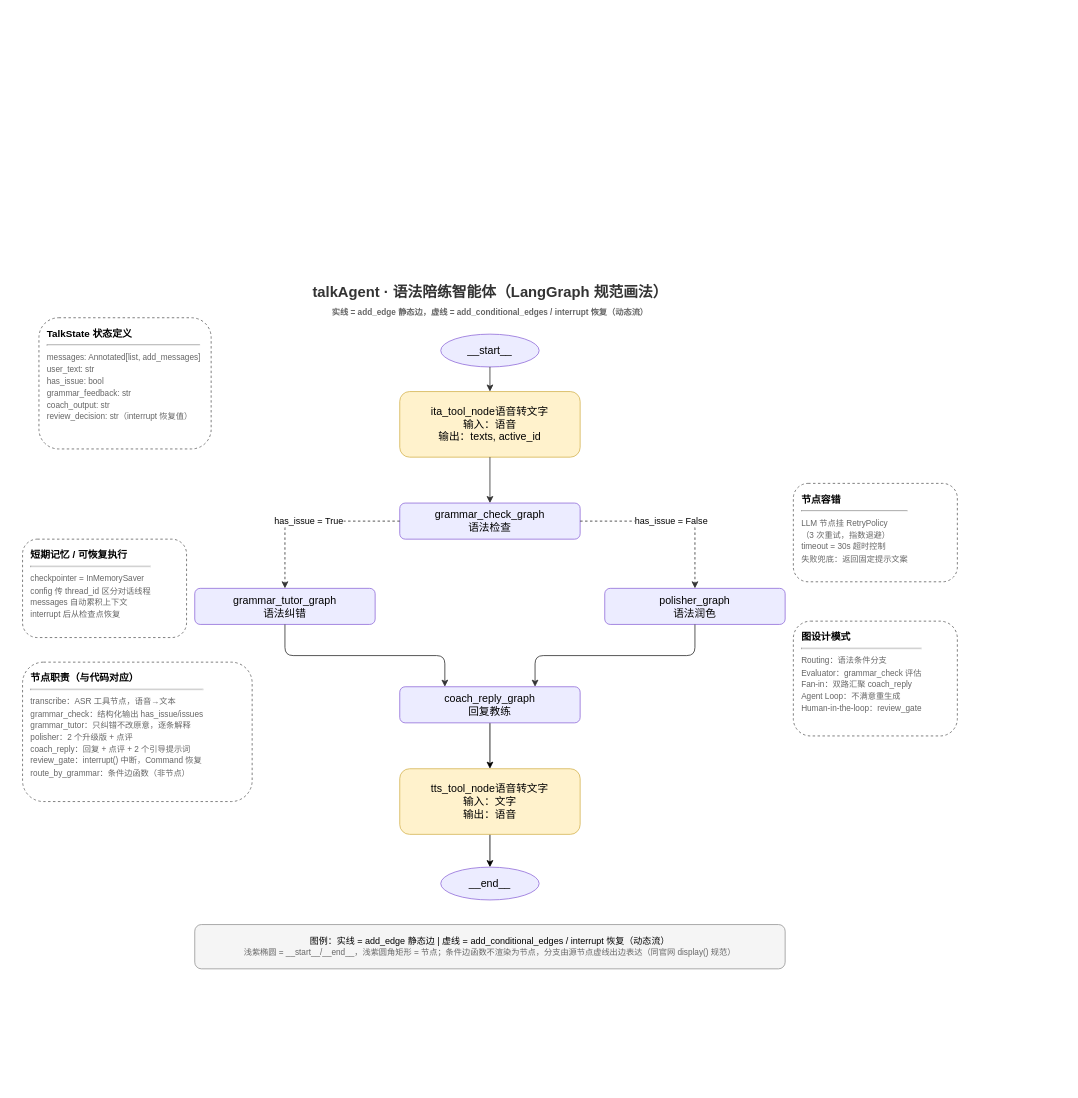
Earlier version of the draw.io diagram backend/src/talk_agent/document/talk_agent_graph.drawio (Ekko306/dialog-ai). Source tidied: cells renumbered, new cells numbered last; positions are measured from the earlier drawing's top-left corner, leaving out a move shared by most shapes. Both pictures are drawn from the tidied source at 82%, with x=0, y=0 at pixel (22, 285).
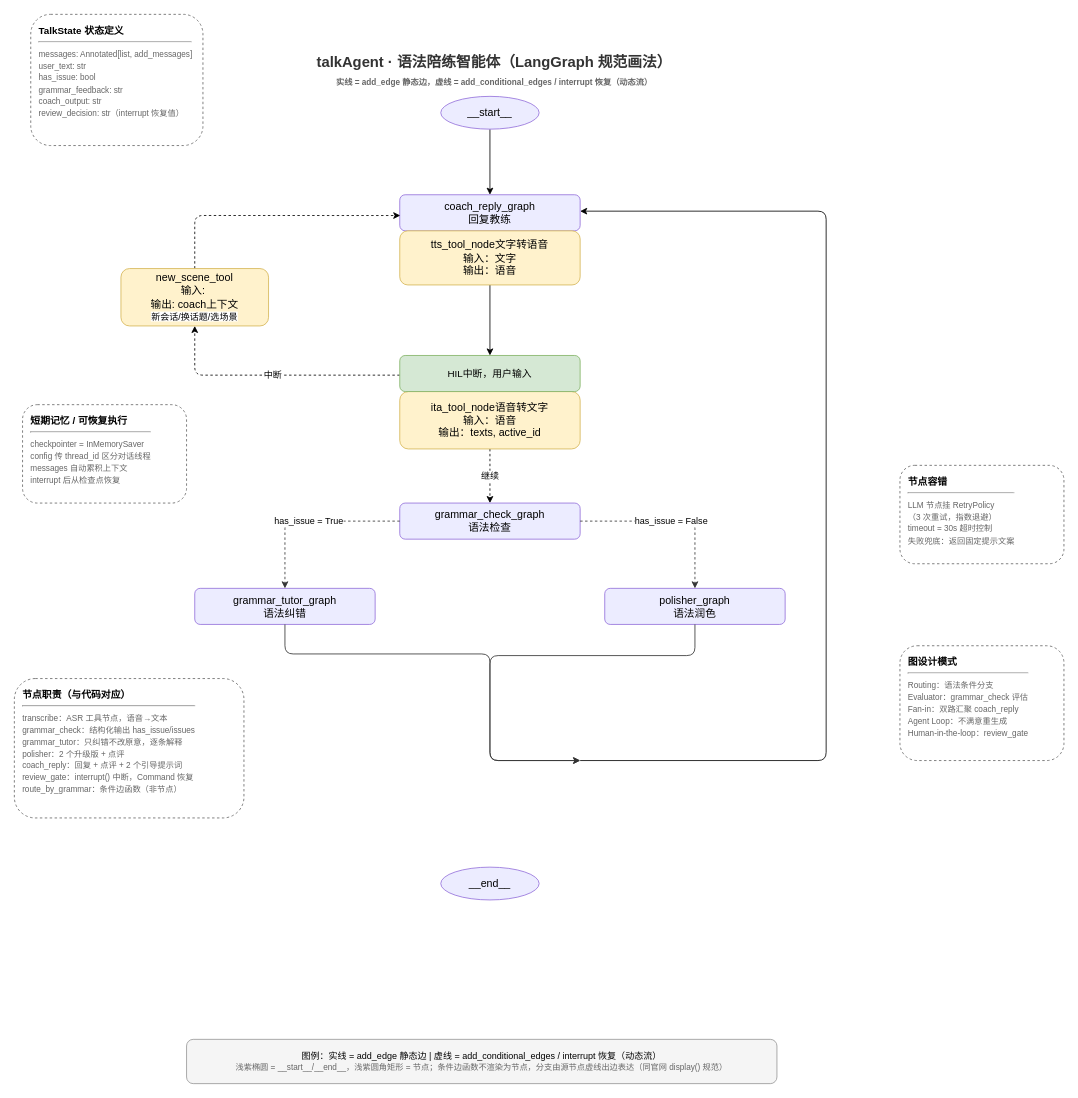
Above is the later version.

The change refers to these unchanged cells:
```xml
<mxCell id="5" value="grammar_check_graph&lt;br&gt;语法检查" style="rounded=1;whiteSpace=wrap;html=1;fillColor=#ECECFF;strokeColor=#9370DB;fontSize=13;" parent="1" vertex="1">
  <mxGeometry x="460" y="266" width="220" height="44" as="geometry" />
</mxCell>
<mxCell id="6" value="grammar_tutor_graph&lt;br&gt;语法纠错" style="rounded=1;whiteSpace=wrap;html=1;fillColor=#ECECFF;strokeColor=#9370DB;fontSize=13;" parent="1" vertex="1">
  <mxGeometry x="210" y="370" width="220" height="44" as="geometry" />
</mxCell>
<mxCell id="7" value="polisher_graph&lt;br&gt;语法润色" style="rounded=1;whiteSpace=wrap;html=1;fillColor=#ECECFF;strokeColor=#9370DB;fontSize=13;" parent="1" vertex="1">
  <mxGeometry x="710" y="370" width="220" height="44" as="geometry" />
</mxCell>
<mxCell id="10" value="__end__" style="ellipse;whiteSpace=wrap;html=1;fillColor=#ECECFF;strokeColor=#9370DB;fontSize=13;" parent="1" vertex="1">
  <mxGeometry x="510" y="710" width="120" height="40" as="geometry" />
</mxCell>
```

Change to the diagram source:
```diff
@@
     <mxCell id="2" value="talkAgent · 语法陪练智能体（LangGraph 规范画法）&lt;br&gt;&lt;font style=&quot;font-size:10px&quot; color=&quot;#666666&quot;&gt;实线 = add_edge 静态边，虚线 = add_conditional_edges / interrupt 恢复（动态流）&lt;/font&gt;" style="text;html=1;align=center;verticalAlign=middle;fontSize=18;fontStyle=1;fontColor=#333333;" parent="1" vertex="1">
-      <mxGeometry x="330" width="480" height="40" as="geometry" />
+      <mxGeometry x="335" y="-280" width="480" height="40" as="geometry" />
     </mxCell>
+    <mxCell id="25" style="edgeStyle=none;html=1;" parent="1" edge="1" source="3" target="9">
+      <mxGeometry relative="1" as="geometry" />
+    </mxCell>
     <mxCell id="3" value="__start__" style="ellipse;whiteSpace=wrap;html=1;fillColor=#ECECFF;strokeColor=#9370DB;fontSize=13;" parent="1" vertex="1">
-      <mxGeometry x="510" y="60" width="120" height="40" as="geometry" />
+      <mxGeometry x="510" y="-230" width="120" height="40" as="geometry" />
     </mxCell>
+    <mxCell id="12" value="继续" style="edgeStyle=orthogonalEdgeStyle;html=1;dashed=1;" parent="1" edge="1" source="4" target="5">
+      <mxGeometry relative="1" as="geometry" />
+    </mxCell>
     <mxCell id="4" value="ita_tool_node语音转文字&lt;br&gt;输入：语音&lt;br&gt;输出：texts, active_id" style="rounded=1;whiteSpace=wrap;html=1;fillColor=#fff2cc;strokeColor=#d6b656;fontSize=13;" parent="1" vertex="1">
-      <mxGeometry x="460" y="130" width="220" height="80" as="geometry" />
+      <mxGeometry x="460" y="130" width="220" height="70" as="geometry" />
     </mxCell>
@@
-    <mxCell id="8" style="edgeStyle=none;html=1;" parent="1" edge="1" source="9" target="24">
-      <mxGeometry relative="1" as="geometry" />
+    <mxCell id="8" style="edgeStyle=none;html=1;" parent="1" edge="1">
+      <mxGeometry relative="1" as="geometry">
+        <mxPoint x="570" y="534" as="sourcePoint" />
+        <mxPoint x="570" y="534" as="targetPoint" />
+      </mxGeometry>
     </mxCell>
-    <mxCell id="9" value="coach_reply_graph&lt;br&gt;回复教练" style="rounded=1;whiteSpace=wrap;html=1;fillColor=#ECECFF;strokeColor=#9370DB;fontSize=13;" parent="1" vertex="1">
-      <mxGeometry x="460" y="490" width="220" height="44" as="geometry" />
-    </mxCell>
@@
-    <mxCell id="11" style="edgeStyle=orthogonalEdgeStyle;rounded=1;html=1;strokeColor=#333333;fontSize=11;" parent="1" edge="1" source="3" target="4">
-      <mxGeometry relative="1" as="geometry" />
-    </mxCell>
-    <mxCell id="12" style="edgeStyle=orthogonalEdgeStyle;rounded=1;html=1;strokeColor=#333333;fontSize=11;" parent="1" edge="1" source="4" target="5">
-      <mxGeometry relative="1" as="geometry" />
-    </mxCell>
@@
-    <mxCell id="15" style="edgeStyle=orthogonalEdgeStyle;rounded=1;html=1;strokeColor=#333333;fontSize=11;exitX=0.5;exitY=1;exitDx=0;exitDy=0;entryX=0.25;entryY=0;entryDx=0;entryDy=0;" parent="1" edge="1" source="6" target="9">
-      <mxGeometry relative="1" as="geometry" />
+    <mxCell id="15" style="edgeStyle=orthogonalEdgeStyle;rounded=1;html=1;strokeColor=#333333;fontSize=11;exitX=0.5;exitY=1;exitDx=0;exitDy=0;" parent="1" edge="1" source="6">
+      <mxGeometry relative="1" as="geometry">
+        <mxPoint x="680" y="580" as="targetPoint" />
+        <Array as="points">
+          <mxPoint x="320" y="450" />
+          <mxPoint x="570" y="450" />
+          <mxPoint x="570" y="580" />
+        </Array>
+      </mxGeometry>
     </mxCell>
-    <mxCell id="16" style="edgeStyle=orthogonalEdgeStyle;rounded=1;html=1;strokeColor=#333333;fontSize=11;exitX=0.5;exitY=1;exitDx=0;exitDy=0;entryX=0.75;entryY=0;entryDx=0;entryDy=0;" parent="1" edge="1" source="7" target="9">
-      <mxGeometry relative="1" as="geometry" />
+    <mxCell id="16" style="edgeStyle=orthogonalEdgeStyle;rounded=1;html=1;strokeColor=#333333;fontSize=11;exitX=0.5;exitY=1;exitDx=0;exitDy=0;" parent="1" edge="1" source="7">
+      <mxGeometry relative="1" as="geometry">
+        <mxPoint x="680" y="580" as="targetPoint" />
+        <Array as="points">
+          <mxPoint x="820" y="452" />
+          <mxPoint x="570" y="452" />
+          <mxPoint x="570" y="580" />
+        </Array>
+      </mxGeometry>
     </mxCell>
     <mxCell id="17" value="&lt;b&gt;TalkState 状态定义&lt;/b&gt;&lt;hr&gt;&lt;font style=&quot;font-size:10px&quot; color=&quot;#666666&quot;&gt;messages: Annotated[list, add_messages]&lt;br&gt;user_text: str&lt;br&gt;has_issue: bool&lt;br&gt;grammar_feedback: str&lt;br&gt;coach_output: str&lt;br&gt;review_decision: str（interrupt 恢复值）&lt;/font&gt;" style="rounded=1;whiteSpace=wrap;html=1;dashed=1;fillColor=none;strokeColor=#666666;align=left;verticalAlign=top;fontSize=12;spacingLeft=8;spacingTop=6;" parent="1" vertex="1">
-      <mxGeometry x="20" y="40" width="210" height="160" as="geometry" />
+      <mxGeometry x="10" y="-330" width="210" height="160" as="geometry" />
     </mxCell>
     <mxCell id="18" value="&lt;b&gt;短期记忆 / 可恢复执行&lt;/b&gt;&lt;hr&gt;&lt;font style=&quot;font-size:10px&quot; color=&quot;#666666&quot;&gt;checkpointer = InMemorySaver&lt;br&gt;config 传 thread_id 区分对话线程&lt;br&gt;messages 自动累积上下文&lt;br&gt;interrupt 后从检查点恢复&lt;/font&gt;" style="rounded=1;whiteSpace=wrap;html=1;dashed=1;fillColor=none;strokeColor=#666666;align=left;verticalAlign=top;fontSize=12;spacingLeft=8;spacingTop=6;" parent="1" vertex="1">
-      <mxGeometry y="310" width="200" height="120" as="geometry" />
+      <mxGeometry y="146" width="200" height="120" as="geometry" />
     </mxCell>
     <mxCell id="19" value="&lt;b&gt;节点职责（与代码对应）&lt;/b&gt;&lt;hr&gt;&lt;font style=&quot;font-size:10px&quot; color=&quot;#666666&quot;&gt;transcribe：ASR 工具节点，语音→文本&lt;br&gt;grammar_check：结构化输出 has_issue/issues&lt;br&gt;grammar_tutor：只纠错不改原意，逐条解释&lt;br&gt;polisher：2 个升级版 + 点评&lt;br&gt;coach_reply：回复 + 点评 + 2 个引导提示词&lt;br&gt;review_gate：interrupt() 中断，Command 恢复&lt;br&gt;route_by_grammar：条件边函数（非节点）&lt;/font&gt;" style="rounded=1;whiteSpace=wrap;html=1;dashed=1;fillColor=none;strokeColor=#666666;align=left;verticalAlign=top;fontSize=12;spacingLeft=8;spacingTop=6;" parent="1" vertex="1">
-      <mxGeometry y="460" width="280" height="170" as="geometry" />
+      <mxGeometry x="-10" y="480" width="280" height="170" as="geometry" />
     </mxCell>
     <mxCell id="20" value="&lt;b&gt;节点容错&lt;/b&gt;&lt;hr&gt;&lt;font style=&quot;font-size:10px&quot; color=&quot;#666666&quot;&gt;LLM 节点挂 RetryPolicy&lt;br&gt;（3 次重试，指数退避）&lt;br&gt;timeout = 30s 超时控制&lt;br&gt;失败兜底：返回固定提示文案&lt;/font&gt;" style="rounded=1;whiteSpace=wrap;html=1;dashed=1;fillColor=none;strokeColor=#666666;align=left;verticalAlign=top;fontSize=12;spacingLeft=8;spacingTop=6;" parent="1" vertex="1">
-      <mxGeometry x="940" y="242" width="200" height="120" as="geometry" />
+      <mxGeometry x="1070" y="220" width="200" height="120" as="geometry" />
     </mxCell>
     <mxCell id="21" value="&lt;b&gt;图设计模式&lt;/b&gt;&lt;hr&gt;&lt;font style=&quot;font-size:10px&quot; color=&quot;#666666&quot;&gt;Routing：语法条件分支&lt;br&gt;Evaluator：grammar_check 评估&lt;br&gt;Fan-in：双路汇聚 coach_reply&lt;br&gt;Agent Loop：不满意重生成&lt;br&gt;Human-in-the-loop：review_gate&lt;/font&gt;" style="rounded=1;whiteSpace=wrap;html=1;dashed=1;fillColor=none;strokeColor=#666666;align=left;verticalAlign=top;fontSize=12;spacingLeft=8;spacingTop=6;" parent="1" vertex="1">
-      <mxGeometry x="940" y="410" width="200" height="140" as="geometry" />
+      <mxGeometry x="1070" y="440" width="200" height="140" as="geometry" />
     </mxCell>
     <mxCell id="22" value="图例：实线 = add_edge 静态边  |  虚线 = add_conditional_edges / interrupt 恢复（动态流）&lt;br&gt;&lt;font style=&quot;font-size:10px&quot; color=&quot;#666666&quot;&gt;浅紫椭圆 = __start__/__end__，浅紫圆角矩形 = 节点；条件边函数不渲染为节点，分支由源节点虚线出边表达（同官网 display() 规范）&lt;/font&gt;" style="rounded=1;whiteSpace=wrap;html=1;fillColor=#f5f5f5;strokeColor=#999999;fontSize=11;align=center;" parent="1" vertex="1">
-      <mxGeometry x="210" y="780" width="720" height="54" as="geometry" />
+      <mxGeometry x="200" y="920" width="720" height="54" as="geometry" />
     </mxCell>
-    <mxCell id="23" style="edgeStyle=none;html=1;" parent="1" edge="1" source="24" target="10">
-      <mxGeometry relative="1" as="geometry" />
-    </mxCell>
-    <mxCell id="24" value="tts_tool_node语音转文字&lt;br&gt;输入：文字&lt;br&gt;输出：语音" style="rounded=1;whiteSpace=wrap;html=1;fillColor=#fff2cc;strokeColor=#d6b656;fontSize=13;" parent="1" vertex="1">
-      <mxGeometry x="460" y="590" width="220" height="80" as="geometry" />
-    </mxCell>
+    <mxCell id="26" style="edgeStyle=orthogonalEdgeStyle;html=1;entryX=1;entryY=0.455;entryDx=0;entryDy=0;entryPerimeter=0;" parent="1" edge="1" target="9">
+      <mxGeometry relative="1" as="geometry">
+        <mxPoint x="680" y="580" as="sourcePoint" />
+        <Array as="points">
+          <mxPoint x="680" y="580" />
+          <mxPoint x="980" y="580" />
+          <mxPoint x="980" y="-90" />
+        </Array>
+      </mxGeometry>
+    </mxCell>
+    <mxCell id="9" value="coach_reply_graph&lt;br&gt;回复教练" style="rounded=1;whiteSpace=wrap;html=1;fillColor=#ECECFF;strokeColor=#9370DB;fontSize=13;" parent="1" vertex="1">
+      <mxGeometry x="460" y="-110" width="220" height="44" as="geometry" />
+    </mxCell>
+    <mxCell id="27" style="edgeStyle=none;html=1;" parent="1" edge="1" target="4">
+      <mxGeometry relative="1" as="geometry">
+        <mxPoint x="572.1" y="128.9" as="sourcePoint" />
+      </mxGeometry>
+    </mxCell>
+    <mxCell id="28" style="edgeStyle=none;html=1;" parent="1" edge="1" source="29" target="31">
+      <mxGeometry relative="1" as="geometry" />
+    </mxCell>
+    <mxCell id="29" value="tts_tool_node文字转语音&lt;br&gt;输入：文字&lt;br&gt;输出：语音" style="rounded=1;whiteSpace=wrap;html=1;fillColor=#fff2cc;strokeColor=#d6b656;fontSize=13;" parent="1" vertex="1">
+      <mxGeometry x="460" y="-66" width="220" height="66" as="geometry" />
+    </mxCell>
+    <mxCell id="30" value="中断" style="edgeStyle=orthogonalEdgeStyle;html=1;dashed=1;" parent="1" edge="1" source="31" target="33">
+      <mxGeometry relative="1" as="geometry">
+        <Array as="points">
+          <mxPoint x="210" y="110" />
+        </Array>
+      </mxGeometry>
+    </mxCell>
+    <mxCell id="31" value="&lt;span style=&quot;font-size: 12px;&quot;&gt;HIL中断，用户输入&lt;/span&gt;" style="rounded=1;whiteSpace=wrap;html=1;fillColor=#d5e8d4;strokeColor=#82b366;fontSize=13;" parent="1" vertex="1">
+      <mxGeometry x="460" y="86" width="220" height="44" as="geometry" />
+    </mxCell>
+    <mxCell id="32" style="edgeStyle=orthogonalEdgeStyle;html=1;entryX=0.003;entryY=0.576;entryDx=0;entryDy=0;entryPerimeter=0;dashed=1;" parent="1" edge="1" source="33" target="9">
+      <mxGeometry relative="1" as="geometry">
+        <Array as="points">
+          <mxPoint x="210" y="-85" />
+        </Array>
+      </mxGeometry>
+    </mxCell>
+    <mxCell id="33" value="new_scene_tool&lt;br&gt;输入:&amp;nbsp;&lt;br&gt;输出: coach上下文&lt;br&gt;&lt;span style=&quot;font-size: 11px; background-color: rgb(255, 255, 255);&quot;&gt;新会话/换话题/选场景&lt;/span&gt;" style="rounded=1;whiteSpace=wrap;html=1;fillColor=#fff2cc;strokeColor=#d6b656;fontSize=13;" parent="1" vertex="1">
+      <mxGeometry x="120" y="-20" width="180" height="70" as="geometry" />
+    </mxCell>
```
